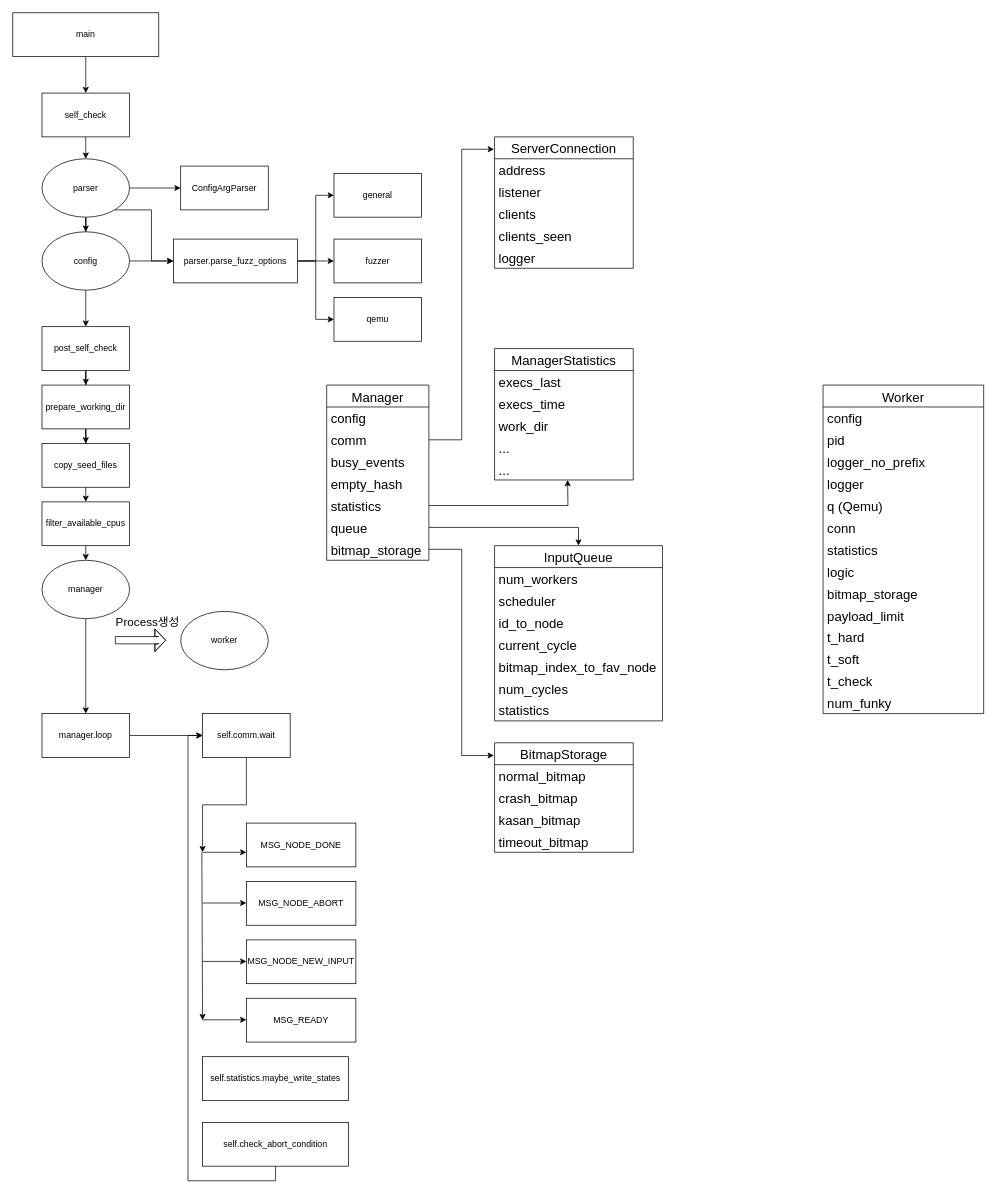
Above: kAFL분석.drawio in FuzzerTV/Drawio (draw.io), before the change. Source tidied: cells renumbered, new cells numbered last; positions are measured from the earlier drawing's top-left corner, leaving out a move shared by most shapes. Both pictures are drawn from the tidied source at 73%, with x=0, y=0 at pixel (12, 12).
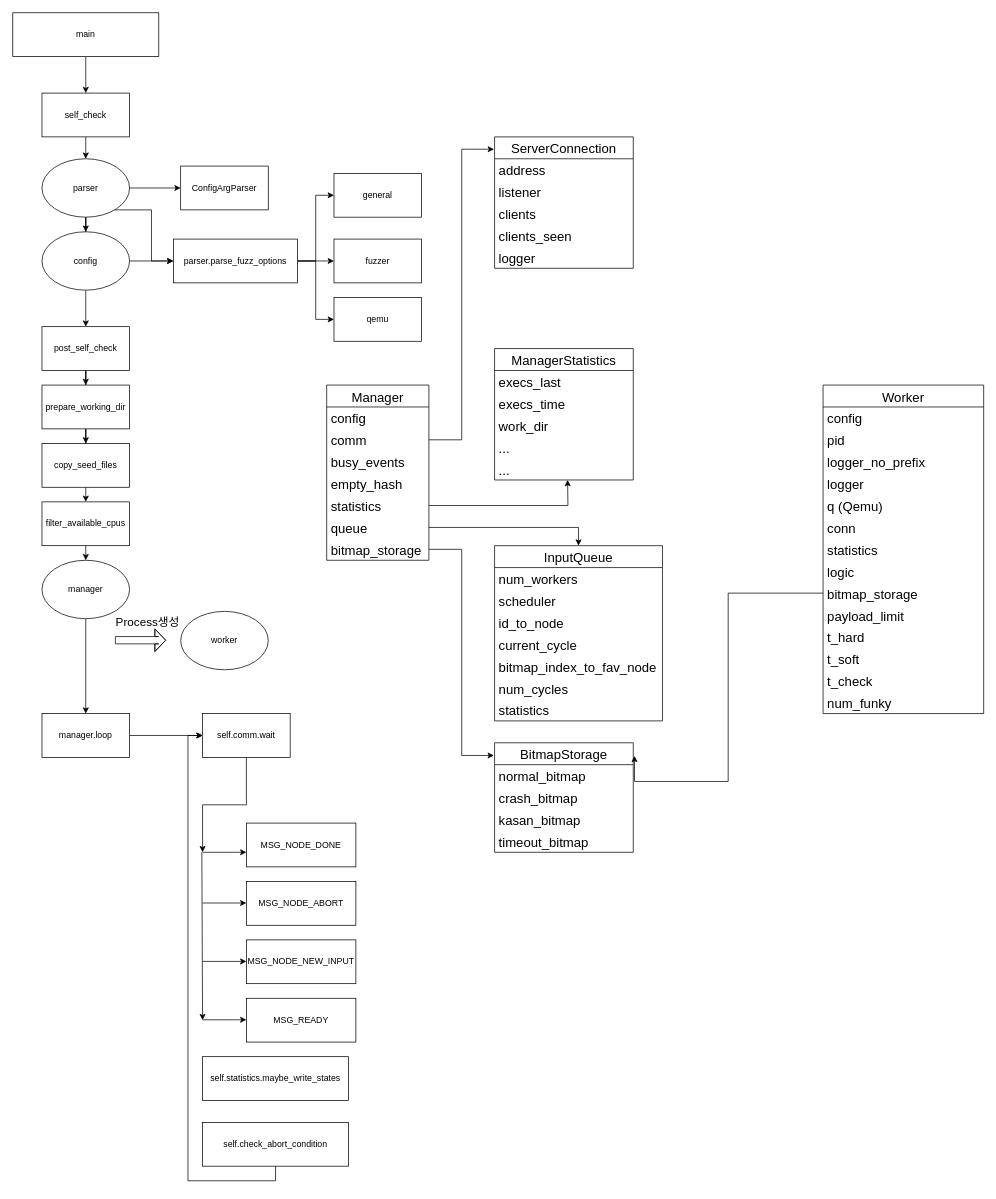
Above is the later version.

Commit message:
Worker분석할 차례

Unchanged cells that the change refers to:
```xml
<mxCell id="68" value="bitmap_storage" style="text;strokeColor=none;fillColor=none;align=left;verticalAlign=middle;spacingLeft=4;spacingRight=4;overflow=hidden;points=[[0,0.5],[1,0.5]];portConstraint=eastwest;fontSize=18;" parent="59" vertex="1">
  <mxGeometry y="270" width="220" height="30" as="geometry" />
</mxCell>
<mxCell id="94" value="BitmapStorage" style="swimlane;fontStyle=0;horizontal=1;startSize=30;fontSize=18;noLabel=0;arcSize=15;" parent="1" vertex="1">
  <mxGeometry x="660" y="1000" width="190" height="150" as="geometry" />
</mxCell>
```

What changed in the source:
```diff
@@
+    <mxCell id="103" style="edgeStyle=orthogonalEdgeStyle;rounded=0;jettySize=auto;html=1;exitX=0;exitY=0.5;exitDx=0;exitDy=0;entryX=1.009;entryY=0.12;entryDx=0;entryDy=0;entryPerimeter=0;" parent="1" edge="1" source="68" target="94">
+      <mxGeometry relative="1" as="geometry">
+        <Array as="points">
+          <mxPoint x="980" y="795" />
+          <mxPoint x="980" y="1053" />
+          <mxPoint x="852" y="1053" />
+        </Array>
+      </mxGeometry>
+    </mxCell>
```
